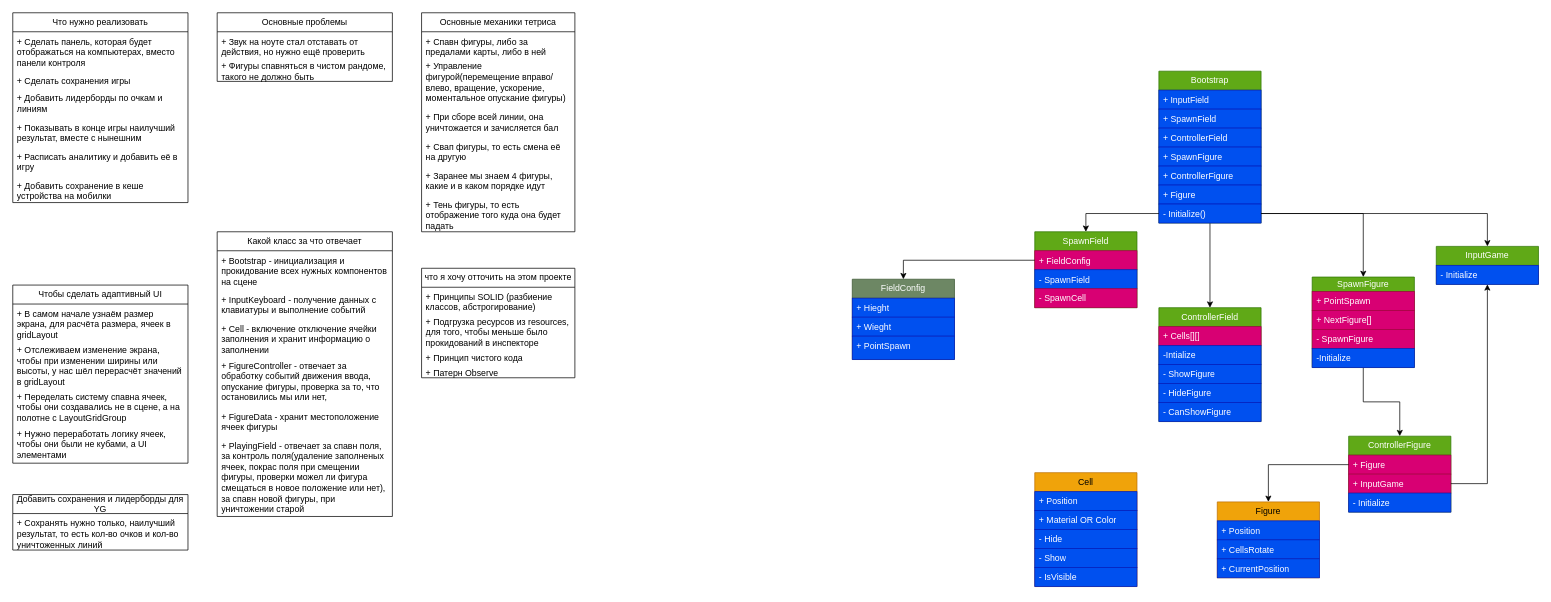
Bablakov/Tetris keeps this draw.io diagram as TetrisGame.drawio. Above is the earlier version. Source tidied: cells renumbered, new cells numbered last; positions are measured from the earlier drawing's top-left corner, leaving out a move shared by most shapes. Both pictures are drawn from the tidied source at 73%, with x=0, y=0 at pixel (12, 12).
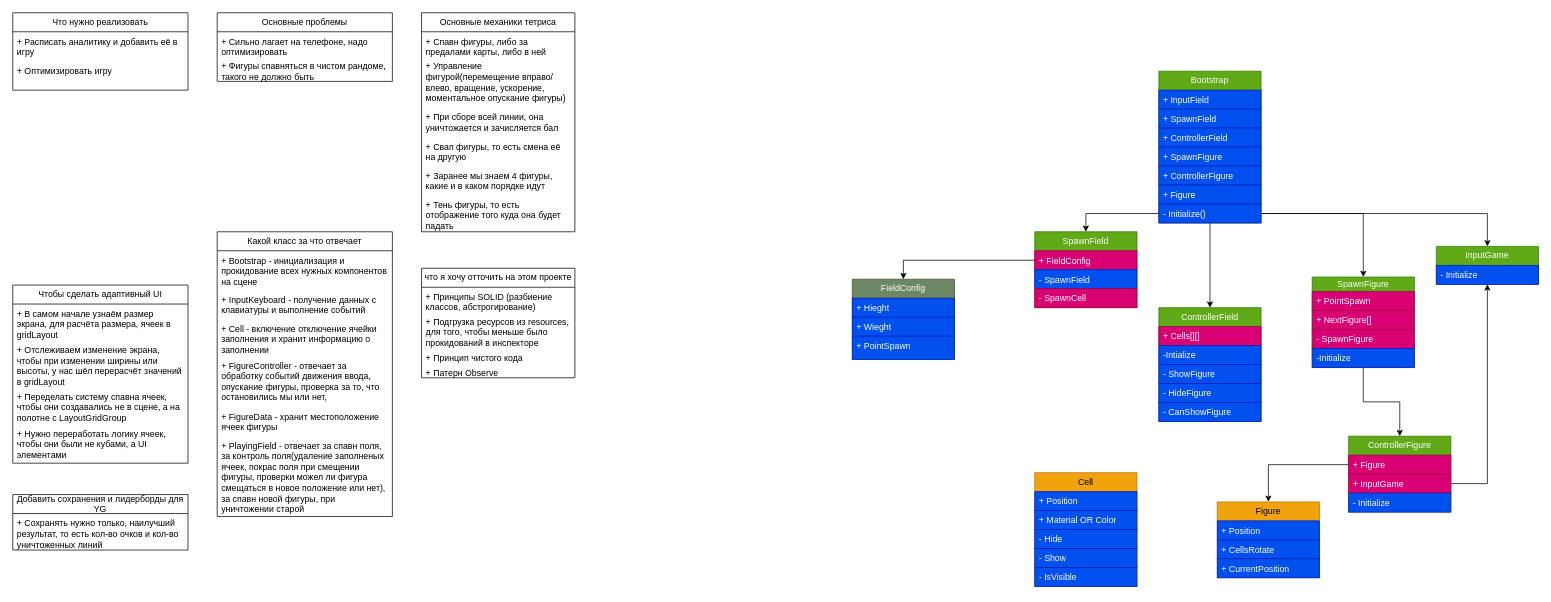
The same page after the edit.

The change refers to these unchanged cells:
```xml
<mxCell id="16" value="Основные проблемы" style="swimlane;fontStyle=0;horizontal=1;startSize=26;fillColor=none;whiteSpace=wrap;html=1;" parent="1" vertex="1">
  <mxGeometry x="280" width="240" height="94" as="geometry" />
</mxCell>
```

Diff of the diagram source:
```diff
@@
     <mxCell id="2" value="Что нужно реализовать" style="swimlane;fontStyle=0;horizontal=1;startSize=26;fillColor=none;whiteSpace=wrap;html=1;" parent="1" vertex="1">
-      <mxGeometry width="240" height="260" as="geometry" />
+      <mxGeometry width="240" height="106" as="geometry" />
     </mxCell>
-    <mxCell id="3" value="+ Сделать панель, которая будет отображаться на компьютерах, вместо панели контроля" style="text;strokeColor=none;fillColor=none;align=left;verticalAlign=top;spacingLeft=4;spacingRight=4;overflow=hidden;whiteSpace=wrap;html=1;" parent="2" vertex="1">
-      <mxGeometry y="26" width="240" height="54" as="geometry" />
-    </mxCell>
-    <mxCell id="4" value="+ Сделать сохранения игры" style="text;strokeColor=none;fillColor=none;align=left;verticalAlign=top;spacingLeft=4;spacingRight=4;overflow=hidden;whiteSpace=wrap;html=1;" parent="2" vertex="1">
-      <mxGeometry y="80" width="240" height="24" as="geometry" />
-    </mxCell>
-    <mxCell id="5" value="+ Добавить лидерборды по очкам и линиям" style="text;strokeColor=none;fillColor=none;align=left;verticalAlign=top;spacingLeft=4;spacingRight=4;overflow=hidden;whiteSpace=wrap;html=1;" parent="2" vertex="1">
-      <mxGeometry y="104" width="240" height="40" as="geometry" />
-    </mxCell>
-    <mxCell id="6" value="+ Показывать в конце игры наилучший результат, вместе с нынешним" style="text;strokeColor=none;fillColor=none;align=left;verticalAlign=top;spacingLeft=4;spacingRight=4;overflow=hidden;whiteSpace=wrap;html=1;" parent="2" vertex="1">
-      <mxGeometry y="144" width="240" height="40" as="geometry" />
-    </mxCell>
     <mxCell id="7" value="+ Расписать аналитику и добавить её в игру" style="text;strokeColor=none;fillColor=none;align=left;verticalAlign=top;spacingLeft=4;spacingRight=4;overflow=hidden;whiteSpace=wrap;html=1;" parent="2" vertex="1">
-      <mxGeometry y="184" width="240" height="40" as="geometry" />
+      <mxGeometry y="26" width="240" height="40" as="geometry" />
     </mxCell>
-    <mxCell id="8" value="+ Добавить сохранение в кеше устройства на мобилки" style="text;strokeColor=none;fillColor=none;align=left;verticalAlign=top;spacingLeft=4;spacingRight=4;overflow=hidden;whiteSpace=wrap;html=1;" parent="2" vertex="1">
-      <mxGeometry y="224" width="240" height="36" as="geometry" />
-    </mxCell>
+    <mxCell id="89" value="+ Оптимизировать игру" style="text;strokeColor=none;fillColor=none;align=left;verticalAlign=top;spacingLeft=4;spacingRight=4;overflow=hidden;whiteSpace=wrap;html=1;" parent="2" vertex="1">
+      <mxGeometry y="66" width="240" height="40" as="geometry" />
+    </mxCell>
@@
-    <mxCell id="17" value="&lt;div&gt;+ Звук на ноуте стал отставать от действия, но нужно ещё проверить&lt;/div&gt;" style="text;strokeColor=none;fillColor=none;align=left;verticalAlign=top;spacingLeft=4;spacingRight=4;overflow=hidden;whiteSpace=wrap;html=1;" parent="16" vertex="1">
-      <mxGeometry y="26" width="240" height="34" as="geometry" />
-    </mxCell>
+    <mxCell id="90" value="+ Сильно лагает на телефоне, надо оптимизировать" style="text;strokeColor=none;fillColor=none;align=left;verticalAlign=top;spacingLeft=4;spacingRight=4;overflow=hidden;whiteSpace=wrap;html=1;" parent="16" vertex="1">
+      <mxGeometry y="26" width="240" height="34" as="geometry" />
+    </mxCell>
```
